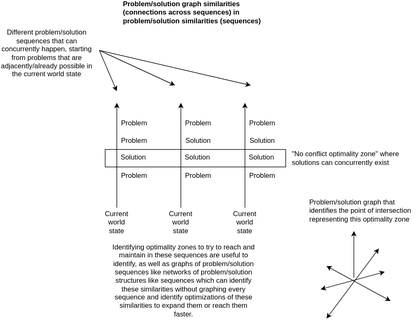
Before: docs/objects/problem_solution_graph_similarities.drawio.svg, a diagram exported from draw.io (outdreamer/build-a-cure). Source tidied: cells renumbered, new cells last; positions are measured from the earlier drawing's top-left corner, leaving out a move shared by most shapes.
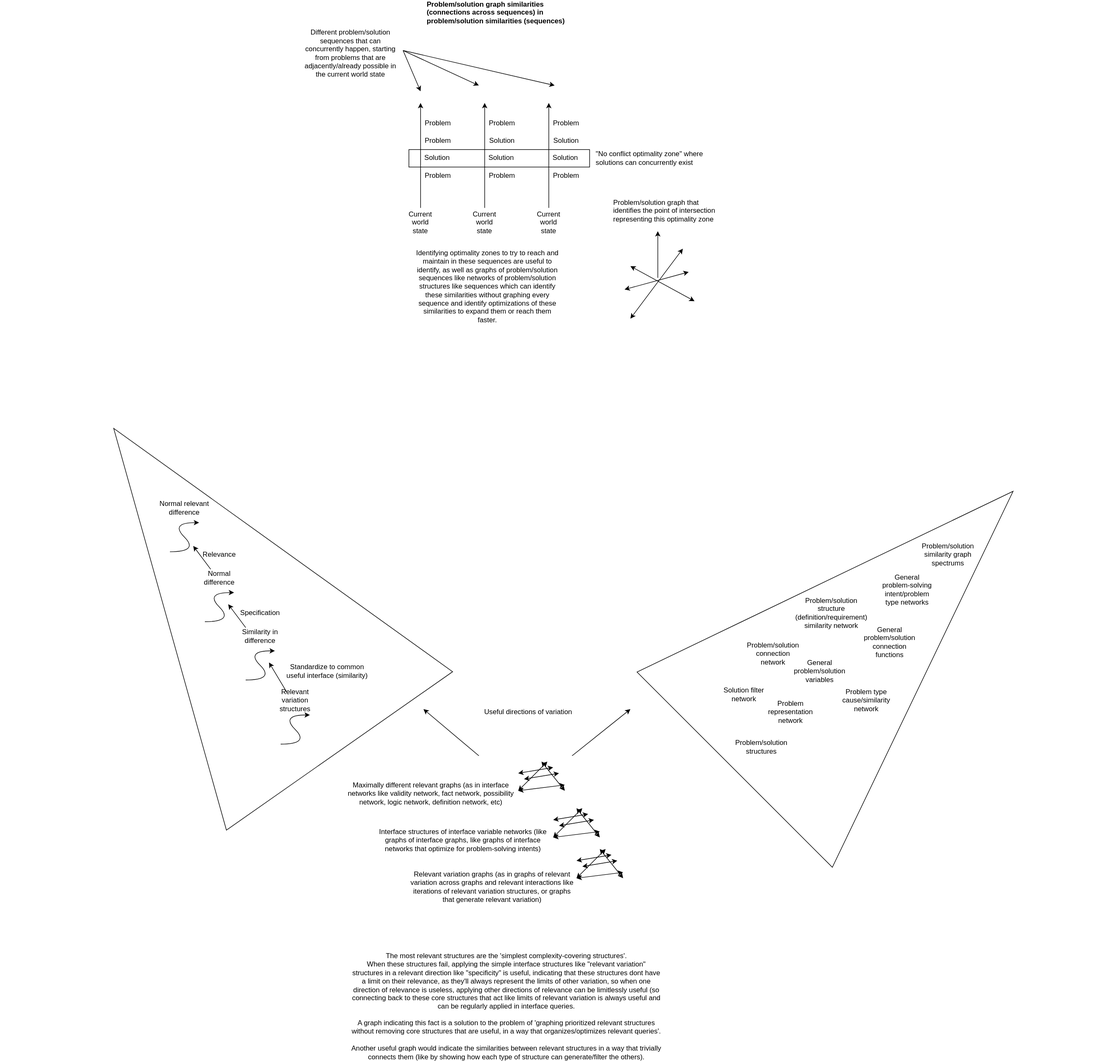
Above is the later version.

The edit, as a diff of the source:
```diff
@@ -2,6 +2,12 @@
   <root>
     <mxCell id="0" />
     <mxCell id="1" parent="0" />
+    <mxCell id="33" style="triangle;whiteSpace=wrap;html=1;rotation=-45;" parent="1" vertex="1">
+      <mxGeometry x="640" y="838.1" width="675.5" height="473.8" as="geometry" />
+    </mxCell>
+    <mxCell id="34" style="triangle;whiteSpace=wrap;html=1;rotation=-125;" parent="1" vertex="1">
+      <mxGeometry x="-470.5" y="768.1" width="675.5" height="473.8" as="geometry" />
+    </mxCell>
     <mxCell id="2" style="rounded=0;whiteSpace=wrap;html=1;" parent="1" vertex="1">
       <mxGeometry x="180" y="250" width="310" height="30" as="geometry" />
     </mxCell>
@@ -93,7 +99,7 @@
       </mxGeometry>
     </mxCell>
     <mxCell id="26" value="Identifying optimality zones to try to reach and maintain in these sequences are useful to identify, as well as graphs of problem/solution sequences like networks of problem/solution structures like sequences which can identify these similarities without graphing every sequence and identify optimizations of these similarities to expand them or reach them faster." style="text;html=1;strokeColor=none;fillColor=none;align=center;verticalAlign=middle;whiteSpace=wrap;rounded=0;" parent="1" vertex="1">
-      <mxGeometry x="190" y="460" width="250" height="30" as="geometry" />
+      <mxGeometry x="190" y="470" width="250" height="30" as="geometry" />
     </mxCell>
     <mxCell id="27" style="endArrow=classic;startArrow=classic;html=1;rounded=0;" parent="1" edge="1">
       <mxGeometry relative="1" as="geometry">
@@ -125,5 +131,231 @@
     <mxCell id="32" value="&lt;div style=&quot;text-align: left&quot;&gt;&lt;span&gt;Problem/solution graph similarities (connections across sequences) in problem/solution similarities (sequences)&lt;/span&gt;&lt;/div&gt;" style="text;html=1;strokeColor=none;fillColor=none;align=center;verticalAlign=middle;whiteSpace=wrap;rounded=0;fontStyle=1;" parent="1" vertex="1">
       <mxGeometry x="210" width="240" height="30" as="geometry" />
     </mxCell>
+    <mxCell id="35" style="curved=1;endArrow=classic;html=1;rounded=0;" parent="1" edge="1">
+      <mxGeometry relative="1" as="geometry">
+        <mxPoint x="-100" y="1160" as="sourcePoint" />
+        <mxPoint x="-50" y="1110" as="targetPoint" />
+        <Array as="points">
+          <mxPoint x="-50" y="1160" />
+          <mxPoint x="-100" y="1110" />
+        </Array>
+      </mxGeometry>
+    </mxCell>
+    <mxCell id="36" value="Similarity in difference" style="text;html=1;strokeColor=none;fillColor=none;align=center;verticalAlign=middle;whiteSpace=wrap;rounded=0;" parent="1" vertex="1">
+      <mxGeometry x="-120" y="1070" width="90" height="30" as="geometry" />
+    </mxCell>
+    <mxCell id="37" style="curved=1;endArrow=classic;html=1;rounded=0;" parent="1" edge="1">
+      <mxGeometry relative="1" as="geometry">
+        <mxPoint x="-170" y="1060" as="sourcePoint" />
+        <mxPoint x="-120" y="1010" as="targetPoint" />
+        <Array as="points">
+          <mxPoint x="-120" y="1060" />
+          <mxPoint x="-170" y="1010" />
+        </Array>
+      </mxGeometry>
+    </mxCell>
+    <mxCell id="38" value="Normal difference" style="text;html=1;strokeColor=none;fillColor=none;align=center;verticalAlign=middle;whiteSpace=wrap;rounded=0;" parent="1" vertex="1">
+      <mxGeometry x="-190" y="970" width="90" height="30" as="geometry" />
+    </mxCell>
+    <mxCell id="39" style="curved=1;endArrow=classic;html=1;rounded=0;" parent="1" edge="1">
+      <mxGeometry relative="1" as="geometry">
+        <mxPoint x="-230" y="940" as="sourcePoint" />
+        <mxPoint x="-180" y="890" as="targetPoint" />
+        <Array as="points">
+          <mxPoint x="-180" y="940" />
+          <mxPoint x="-230" y="890" />
+        </Array>
+      </mxGeometry>
+    </mxCell>
+    <mxCell id="40" value="Normal relevant difference" style="text;html=1;strokeColor=none;fillColor=none;align=center;verticalAlign=middle;whiteSpace=wrap;rounded=0;" parent="1" vertex="1">
+      <mxGeometry x="-250" y="850" width="90" height="30" as="geometry" />
+    </mxCell>
+    <mxCell id="41" style="endArrow=classic;html=1;rounded=0;" parent="1" edge="1">
+      <mxGeometry relative="1" as="geometry">
+        <mxPoint x="-160" y="970" as="sourcePoint" />
+        <mxPoint x="-190" y="930" as="targetPoint" />
+      </mxGeometry>
+    </mxCell>
+    <mxCell id="42" value="Relevance" style="text;html=1;strokeColor=none;fillColor=none;align=center;verticalAlign=middle;whiteSpace=wrap;rounded=0;" parent="1" vertex="1">
+      <mxGeometry x="-175" y="930" width="60" height="30" as="geometry" />
+    </mxCell>
+    <mxCell id="43" style="curved=1;endArrow=classic;html=1;rounded=0;" parent="1" edge="1">
+      <mxGeometry relative="1" as="geometry">
+        <mxPoint x="-40" y="1270" as="sourcePoint" />
+        <mxPoint x="10" y="1220" as="targetPoint" />
+        <Array as="points">
+          <mxPoint x="10" y="1270" />
+          <mxPoint x="-40" y="1220" />
+        </Array>
+      </mxGeometry>
+    </mxCell>
+    <mxCell id="44" value="Relevant variation structures" style="text;html=1;strokeColor=none;fillColor=none;align=center;verticalAlign=middle;whiteSpace=wrap;rounded=0;" parent="1" vertex="1">
+      <mxGeometry x="-60" y="1180" width="90" height="30" as="geometry" />
+    </mxCell>
+    <mxCell id="45" style="endArrow=classic;html=1;rounded=0;" parent="1" edge="1">
+      <mxGeometry relative="1" as="geometry">
+        <mxPoint x="-30" y="1180" as="sourcePoint" />
+        <mxPoint x="-60" y="1130" as="targetPoint" />
+      </mxGeometry>
+    </mxCell>
+    <mxCell id="46" style="endArrow=classic;html=1;rounded=0;" parent="1" edge="1">
+      <mxGeometry relative="1" as="geometry">
+        <mxPoint x="-100" y="1070" as="sourcePoint" />
+        <mxPoint x="-130" y="1030" as="targetPoint" />
+      </mxGeometry>
+    </mxCell>
+    <mxCell id="47" value="Specification" style="text;html=1;strokeColor=none;fillColor=none;align=center;verticalAlign=middle;whiteSpace=wrap;rounded=0;" parent="1" vertex="1">
+      <mxGeometry x="-105" y="1030" width="60" height="30" as="geometry" />
+    </mxCell>
+    <mxCell id="48" value="Standardize to common &lt;br&gt;useful interface (similarity)" style="text;html=1;strokeColor=none;fillColor=none;align=center;verticalAlign=middle;whiteSpace=wrap;rounded=0;" parent="1" vertex="1">
+      <mxGeometry x="-100" y="1130" width="280" height="30" as="geometry" />
+    </mxCell>
+    <mxCell id="49" style="endArrow=classic;startArrow=classic;html=1;rounded=0;" parent="1" edge="1">
+      <mxGeometry relative="1" as="geometry">
+        <mxPoint x="367.5" y="1350" as="sourcePoint" />
+        <mxPoint x="417.5" y="1300" as="targetPoint" />
+      </mxGeometry>
+    </mxCell>
+    <mxCell id="50" style="endArrow=classic;startArrow=classic;html=1;rounded=0;" parent="1" edge="1">
+      <mxGeometry relative="1" as="geometry">
+        <mxPoint x="367.5" y="1320" as="sourcePoint" />
+        <mxPoint x="427.5" y="1310" as="targetPoint" />
+      </mxGeometry>
+    </mxCell>
+    <mxCell id="51" style="endArrow=classic;startArrow=classic;html=1;rounded=0;" parent="1" edge="1">
+      <mxGeometry relative="1" as="geometry">
+        <mxPoint x="377.5" y="1330" as="sourcePoint" />
+        <mxPoint x="437.5" y="1320" as="targetPoint" />
+      </mxGeometry>
+    </mxCell>
+    <mxCell id="52" style="endArrow=classic;startArrow=classic;html=1;rounded=0;" parent="1" edge="1">
+      <mxGeometry relative="1" as="geometry">
+        <mxPoint x="407.5" y="1300" as="sourcePoint" />
+        <mxPoint x="447.5" y="1350" as="targetPoint" />
+      </mxGeometry>
+    </mxCell>
+    <mxCell id="53" style="endArrow=classic;startArrow=classic;html=1;rounded=0;" parent="1" edge="1">
+      <mxGeometry relative="1" as="geometry">
+        <mxPoint x="367.5" y="1350" as="sourcePoint" />
+        <mxPoint x="447.5" y="1340" as="targetPoint" />
+      </mxGeometry>
+    </mxCell>
+    <mxCell id="54" value="Maximally different relevant graphs (as in interface networks like validity network, fact network, possibility network, logic network, definition network, etc)" style="text;html=1;strokeColor=none;fillColor=none;align=center;verticalAlign=middle;whiteSpace=wrap;rounded=0;" parent="1" vertex="1">
+      <mxGeometry x="72.5" y="1340" width="290" height="30" as="geometry" />
+    </mxCell>
+    <mxCell id="55" style="endArrow=classic;startArrow=classic;html=1;rounded=0;" parent="1" edge="1">
+      <mxGeometry relative="1" as="geometry">
+        <mxPoint x="427.5" y="1430" as="sourcePoint" />
+        <mxPoint x="477.5" y="1380" as="targetPoint" />
+      </mxGeometry>
+    </mxCell>
+    <mxCell id="56" style="endArrow=classic;startArrow=classic;html=1;rounded=0;" parent="1" edge="1">
+      <mxGeometry relative="1" as="geometry">
+        <mxPoint x="427.5" y="1400" as="sourcePoint" />
+        <mxPoint x="487.5" y="1390" as="targetPoint" />
+      </mxGeometry>
+    </mxCell>
+    <mxCell id="57" style="endArrow=classic;startArrow=classic;html=1;rounded=0;" parent="1" edge="1">
+      <mxGeometry relative="1" as="geometry">
+        <mxPoint x="437.5" y="1410" as="sourcePoint" />
+        <mxPoint x="497.5" y="1400" as="targetPoint" />
+      </mxGeometry>
+    </mxCell>
+    <mxCell id="58" style="endArrow=classic;startArrow=classic;html=1;rounded=0;" parent="1" edge="1">
+      <mxGeometry relative="1" as="geometry">
+        <mxPoint x="467.5" y="1380" as="sourcePoint" />
+        <mxPoint x="507.5" y="1430" as="targetPoint" />
+      </mxGeometry>
+    </mxCell>
+    <mxCell id="59" style="endArrow=classic;startArrow=classic;html=1;rounded=0;" parent="1" edge="1">
+      <mxGeometry relative="1" as="geometry">
+        <mxPoint x="427.5" y="1430" as="sourcePoint" />
+        <mxPoint x="507.5" y="1420" as="targetPoint" />
+      </mxGeometry>
+    </mxCell>
+    <mxCell id="60" value="Interface structures of interface variable networks (like graphs of interface graphs, like graphs of interface networks that optimize for problem-solving intents)" style="text;html=1;strokeColor=none;fillColor=none;align=center;verticalAlign=middle;whiteSpace=wrap;rounded=0;" parent="1" vertex="1">
+      <mxGeometry x="127.5" y="1420" width="290" height="30" as="geometry" />
+    </mxCell>
+    <mxCell id="61" value="The most relevant structures are the 'simplest complexity-covering structures'.&lt;br&gt;When these structures fail, applying the simple interface structures like &quot;relevant variation&quot; structures in a relevant direction like &quot;specificity&quot; is useful, indicating that these structures dont have a limit on their relevance, as they'll always represent the limits of other variation, so when one direction of relevance is useless, applying other directions of relevance can be limitlessly useful (so connecting back to these core structures that act like limits of relevant variation is always useful and can be regularly applied in interface queries. &lt;br&gt;&lt;br&gt;A graph indicating this fact is a solution to the problem&amp;nbsp;of 'graphing prioritized relevant structures without removing core structures that are useful, in a way that organizes/optimizes relevant queries'. &lt;br&gt;&lt;br&gt;Another useful graph would indicate the similarities between relevant structures in a way that trivially connects them (like by showing how each type of structure can generate/filter the others)." style="text;html=1;strokeColor=none;fillColor=none;align=center;verticalAlign=middle;whiteSpace=wrap;rounded=0;" parent="1" vertex="1">
+      <mxGeometry x="80" y="1680" width="535" height="80" as="geometry" />
+    </mxCell>
+    <mxCell id="62" style="endArrow=classic;startArrow=classic;html=1;rounded=0;" parent="1" edge="1">
+      <mxGeometry relative="1" as="geometry">
+        <mxPoint x="467.5" y="1500" as="sourcePoint" />
+        <mxPoint x="517.5" y="1450" as="targetPoint" />
+      </mxGeometry>
+    </mxCell>
+    <mxCell id="63" style="endArrow=classic;startArrow=classic;html=1;rounded=0;" parent="1" edge="1">
+      <mxGeometry relative="1" as="geometry">
+        <mxPoint x="467.5" y="1470" as="sourcePoint" />
+        <mxPoint x="527.5" y="1460" as="targetPoint" />
+      </mxGeometry>
+    </mxCell>
+    <mxCell id="64" style="endArrow=classic;startArrow=classic;html=1;rounded=0;" parent="1" edge="1">
+      <mxGeometry relative="1" as="geometry">
+        <mxPoint x="477.5" y="1480" as="sourcePoint" />
+        <mxPoint x="537.5" y="1470" as="targetPoint" />
+      </mxGeometry>
+    </mxCell>
+    <mxCell id="65" style="endArrow=classic;startArrow=classic;html=1;rounded=0;" parent="1" edge="1">
+      <mxGeometry relative="1" as="geometry">
+        <mxPoint x="507.5" y="1450" as="sourcePoint" />
+        <mxPoint x="547.5" y="1500" as="targetPoint" />
+      </mxGeometry>
+    </mxCell>
+    <mxCell id="66" style="endArrow=classic;startArrow=classic;html=1;rounded=0;" parent="1" edge="1">
+      <mxGeometry relative="1" as="geometry">
+        <mxPoint x="467.5" y="1500" as="sourcePoint" />
+        <mxPoint x="547.5" y="1490" as="targetPoint" />
+      </mxGeometry>
+    </mxCell>
+    <mxCell id="67" value="Relevant variation graphs (as in graphs of relevant variation across graphs and relevant interactions like iterations of relevant variation structures, or graphs that generate relevant variation)" style="text;html=1;strokeColor=none;fillColor=none;align=center;verticalAlign=middle;whiteSpace=wrap;rounded=0;" parent="1" vertex="1">
+      <mxGeometry x="177.5" y="1500" width="290" height="30" as="geometry" />
+    </mxCell>
+    <mxCell id="68" value="Problem/solution structures" style="text;html=1;strokeColor=none;fillColor=none;align=center;verticalAlign=middle;whiteSpace=wrap;rounded=0;" parent="1" vertex="1">
+      <mxGeometry x="740" y="1260" width="90" height="30" as="geometry" />
+    </mxCell>
+    <mxCell id="69" value="General problem/solution variables" style="text;html=1;strokeColor=none;fillColor=none;align=center;verticalAlign=middle;whiteSpace=wrap;rounded=0;" parent="1" vertex="1">
+      <mxGeometry x="840" y="1130" width="90" height="30" as="geometry" />
+    </mxCell>
+    <mxCell id="70" value="General problem/solution connection functions" style="text;html=1;strokeColor=none;fillColor=none;align=center;verticalAlign=middle;whiteSpace=wrap;rounded=0;" parent="1" vertex="1">
+      <mxGeometry x="960" y="1080" width="90" height="30" as="geometry" />
+    </mxCell>
+    <mxCell id="71" value="General problem-solving intent/problem type networks" style="text;html=1;strokeColor=none;fillColor=none;align=center;verticalAlign=middle;whiteSpace=wrap;rounded=0;" parent="1" vertex="1">
+      <mxGeometry x="990" y="990" width="90" height="30" as="geometry" />
+    </mxCell>
+    <mxCell id="72" value="Problem type cause/similarity network" style="text;html=1;strokeColor=none;fillColor=none;align=center;verticalAlign=middle;whiteSpace=wrap;rounded=0;" parent="1" vertex="1">
+      <mxGeometry x="920" y="1180" width="90" height="30" as="geometry" />
+    </mxCell>
+    <mxCell id="73" value="Problem/solution structure (definition/requirement) similarity network" style="text;html=1;strokeColor=none;fillColor=none;align=center;verticalAlign=middle;whiteSpace=wrap;rounded=0;" parent="1" vertex="1">
+      <mxGeometry x="860" y="1030" width="90" height="30" as="geometry" />
+    </mxCell>
+    <mxCell id="74" value="Problem/solution connection network" style="text;html=1;strokeColor=none;fillColor=none;align=center;verticalAlign=middle;whiteSpace=wrap;rounded=0;" parent="1" vertex="1">
+      <mxGeometry x="760" y="1100" width="90" height="30" as="geometry" />
+    </mxCell>
+    <mxCell id="75" value="Problem representation network" style="text;html=1;strokeColor=none;fillColor=none;align=center;verticalAlign=middle;whiteSpace=wrap;rounded=0;" parent="1" vertex="1">
+      <mxGeometry x="790" y="1200" width="90" height="30" as="geometry" />
+    </mxCell>
+    <mxCell id="76" value="Solution filter network" style="text;html=1;strokeColor=none;fillColor=none;align=center;verticalAlign=middle;whiteSpace=wrap;rounded=0;" parent="1" vertex="1">
+      <mxGeometry x="710" y="1170" width="90" height="30" as="geometry" />
+    </mxCell>
+    <mxCell id="77" value="Problem/solution similarity graph spectrums" style="text;html=1;strokeColor=none;fillColor=none;align=center;verticalAlign=middle;whiteSpace=wrap;rounded=0;" parent="1" vertex="1">
+      <mxGeometry x="1060" y="930" width="90" height="30" as="geometry" />
+    </mxCell>
+    <mxCell id="78" style="endArrow=classic;html=1;rounded=0;" parent="1" edge="1">
+      <mxGeometry relative="1" as="geometry">
+        <mxPoint x="460" y="1290" as="sourcePoint" />
+        <mxPoint x="560" y="1210" as="targetPoint" />
+      </mxGeometry>
+    </mxCell>
+    <mxCell id="79" style="endArrow=classic;html=1;rounded=0;" parent="1" edge="1">
+      <mxGeometry relative="1" as="geometry">
+        <mxPoint x="300" y="1290" as="sourcePoint" />
+        <mxPoint x="205" y="1210" as="targetPoint" />
+      </mxGeometry>
+    </mxCell>
+    <mxCell id="80" value="Useful directions of variation" style="text;html=1;strokeColor=none;fillColor=none;align=center;verticalAlign=middle;whiteSpace=wrap;rounded=0;" parent="1" vertex="1">
+      <mxGeometry x="300" y="1200" width="170" height="30" as="geometry" />
+    </mxCell>
   </root>
 </mxGraphModel>
```
